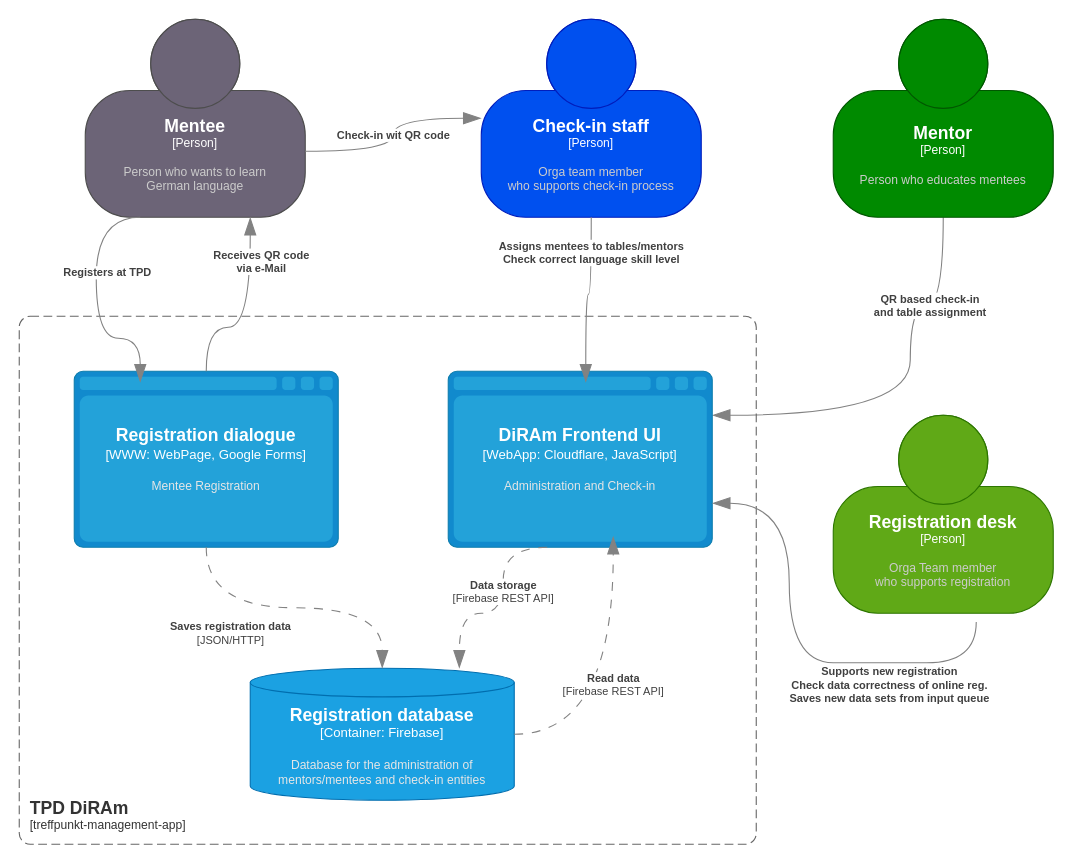
This is TPD-DiRAm/architecture/top-level.drawio from Rajazzo/TPD, a draw.io file, before an edit. Source tidied: cells renumbered, new cells numbered last; positions are measured from the earlier drawing's top-left corner, leaving out a move shared by most shapes. Both pictures are drawn from the tidied source at 110%, with x=0, y=0 at pixel (19, 19).
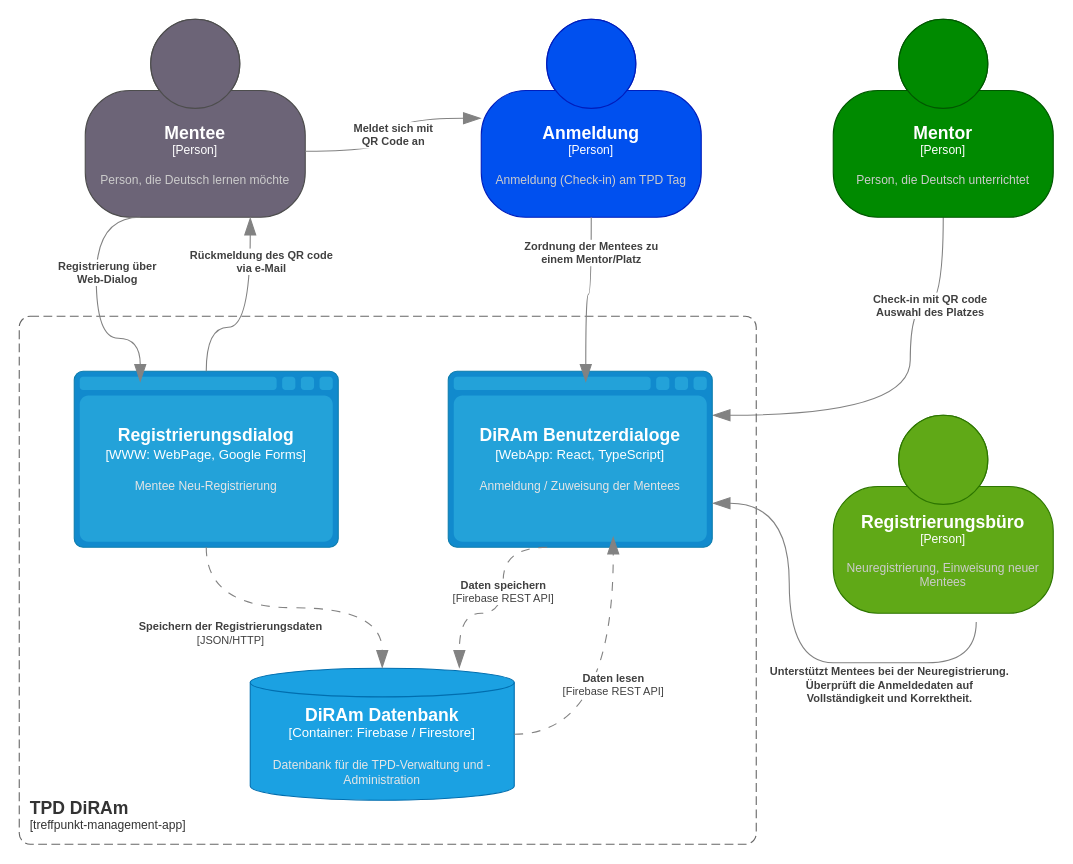
After the change.

What changed in the source:
```diff
@@
-    <object id="2" label="&lt;div style=&quot;text-align: left&quot;&gt;&lt;div style=&quot;text-align: center&quot;&gt;&lt;b&gt;%c4Description%&lt;/b&gt;&lt;/div&gt;" c4Description="QR based check-in &#10;and table assignment" placeholders="1">
+    <object id="2" label="&lt;div style=&quot;text-align: left&quot;&gt;&lt;div style=&quot;text-align: center&quot;&gt;&lt;b&gt;%c4Description%&lt;/b&gt;&lt;/div&gt;" c4Description="Check-in mit QR code&#10;Auswahl des Platzes" placeholders="1">
       <mxCell style="endArrow=blockThin;html=1;fontSize=10;fontColor=#404040;strokeWidth=1;endFill=1;strokeColor=#828282;elbow=vertical;endSize=14;startSize=14;jumpStyle=arc;jumpSize=16;rounded=0;edgeStyle=orthogonalEdgeStyle;curved=1;entryX=1;entryY=0.25;entryDx=0;entryDy=0;entryPerimeter=0;exitX=0.5;exitY=1;exitDx=0;exitDy=0;exitPerimeter=0;" parent="1" edge="1" source="4" target="8">
         <mxGeometry x="-0.53" relative="1" as="geometry">
           <Array as="points">
             <mxPoint x="810" y="260" />
             <mxPoint x="810" y="360" />
           </Array>
         </mxGeometry>
       </mxCell>
     </object>
@@
-    <object id="4" label="&lt;font style=&quot;font-size: 16px&quot;&gt;&lt;b&gt;%c4Name%&lt;/b&gt;&lt;/font&gt;&lt;div&gt;[%c4Type%]&lt;/div&gt;&lt;br&gt;&lt;div&gt;&lt;font style=&quot;font-size: 11px&quot;&gt;&lt;font color=&quot;#cccccc&quot;&gt;%c4Description%&lt;/font&gt;&lt;/div&gt;" c4Description="Person who educates mentees" c4Name="Mentor" c4Type="Person" placeholders="1">
+    <object id="4" label="&lt;font style=&quot;font-size: 16px&quot;&gt;&lt;b&gt;%c4Name%&lt;/b&gt;&lt;/font&gt;&lt;div&gt;[%c4Type%]&lt;/div&gt;&lt;br&gt;&lt;div&gt;&lt;font style=&quot;font-size: 11px&quot;&gt;&lt;font color=&quot;#cccccc&quot;&gt;%c4Description%&lt;/font&gt;&lt;/div&gt;" c4Description="Person, die Deutsch unterrichtet" c4Name="Mentor" c4Type="Person" placeholders="1">
       <mxCell style="html=1;fontSize=11;dashed=0;whiteSpace=wrap;fillColor=#008a00;strokeColor=#005700;fontColor=#ffffff;shape=mxgraph.c4.person2;align=center;points=[[0.5,0,0],[1,0.5,0],[1,0.75,0],[0.75,1,0],[0.5,1,0],[0.25,1,0],[0,0.75,0],[0,0.5,0]];" parent="1" vertex="1">
         <mxGeometry x="740" width="200" height="180" as="geometry" />
       </mxCell>
     </object>
-    <object id="5" label="&lt;font style=&quot;font-size: 16px&quot;&gt;&lt;b&gt;%c4Name%&lt;/b&gt;&lt;/font&gt;&lt;div&gt;[%c4Type%]&lt;/div&gt;&lt;br&gt;&lt;div&gt;&lt;font style=&quot;font-size: 11px&quot;&gt;&lt;font color=&quot;#cccccc&quot;&gt;%c4Description%&lt;/font&gt;&lt;/div&gt;" c4Description="Person who wants to learn &#10;German language" c4Name="Mentee" c4Type="Person" placeholders="1">
+    <object id="5" label="&lt;font style=&quot;font-size: 16px&quot;&gt;&lt;b&gt;%c4Name%&lt;/b&gt;&lt;/font&gt;&lt;div&gt;[%c4Type%]&lt;/div&gt;&lt;br&gt;&lt;div&gt;&lt;font style=&quot;font-size: 11px&quot;&gt;&lt;font color=&quot;#cccccc&quot;&gt;%c4Description%&lt;/font&gt;&lt;/div&gt;" c4Description="Person, die Deutsch lernen möchte" c4Name="Mentee" c4Type="Person" placeholders="1">
       <mxCell style="html=1;fontSize=11;dashed=0;whiteSpace=wrap;fillColor=#6C6477;strokeColor=#4D4D4D;fontColor=#ffffff;shape=mxgraph.c4.person2;align=center;points=[[0.5,0,0],[1,0.5,0],[1,0.75,0],[0.75,1,0],[0.5,1,0],[0.25,1,0],[0,0.75,0],[0,0.5,0]];" parent="1" vertex="1">
         <mxGeometry x="60" width="200" height="180" as="geometry" />
       </mxCell>
     </object>
-    <object id="6" label="&lt;font style=&quot;font-size: 16px&quot;&gt;&lt;b&gt;%c4Name%&lt;/b&gt;&lt;/font&gt;&lt;div&gt;[%c4Type%]&lt;/div&gt;&lt;br&gt;&lt;div&gt;&lt;font style=&quot;font-size: 11px&quot;&gt;&lt;font color=&quot;#cccccc&quot;&gt;%c4Description%&lt;/font&gt;&lt;/div&gt;" c4Description="Orga Team member &#10;who supports registration" c4Name="Registration desk" c4Type="Person" placeholders="1">
+    <object id="6" label="&lt;font style=&quot;font-size: 16px&quot;&gt;&lt;b&gt;%c4Name%&lt;/b&gt;&lt;/font&gt;&lt;div&gt;[%c4Type%]&lt;/div&gt;&lt;br&gt;&lt;div&gt;&lt;font style=&quot;font-size: 11px&quot;&gt;&lt;font color=&quot;#cccccc&quot;&gt;%c4Description%&lt;/font&gt;&lt;/div&gt;" c4Description="Neuregistrierung, Einweisung neuer Mentees" c4Name="Registrierungsbüro" c4Type="Person" placeholders="1">
       <mxCell style="html=1;fontSize=11;dashed=0;whiteSpace=wrap;fillColor=#60a917;strokeColor=#2D7600;fontColor=#ffffff;shape=mxgraph.c4.person2;align=center;" parent="1" vertex="1">
         <mxGeometry x="740" y="360" width="200" height="180" as="geometry" />
       </mxCell>
     </object>
-    <object id="7" label="&lt;font style=&quot;font-size: 16px&quot;&gt;&lt;b&gt;%c4Name%&lt;/b&gt;&lt;/font&gt;&lt;div&gt;[%c4Type%:&amp;nbsp;%c4Technology%]&lt;/div&gt;&lt;br&gt;&lt;div&gt;&lt;font style=&quot;font-size: 11px&quot;&gt;&lt;font color=&quot;#E6E6E6&quot;&gt;%c4Description%&lt;/font&gt;&lt;/div&gt;" c4Description="Database for the administration of mentors/mentees and check-in entities " c4Name="Registration database" c4Technology="Firebase" c4Type="Container" placeholders="1">
+    <object id="7" label="&lt;font style=&quot;font-size: 16px&quot;&gt;&lt;b&gt;%c4Name%&lt;/b&gt;&lt;/font&gt;&lt;div&gt;[%c4Type%:&amp;nbsp;%c4Technology%]&lt;/div&gt;&lt;br&gt;&lt;div&gt;&lt;font style=&quot;font-size: 11px&quot;&gt;&lt;font color=&quot;#E6E6E6&quot;&gt;%c4Description%&lt;/font&gt;&lt;/div&gt;" c4Description="Datenbank für die TPD-Verwaltung und -Administration" c4Name="DiRAm Datenbank" c4Technology="Firebase / Firestore" c4Type="Container" placeholders="1">
       <mxCell style="shape=cylinder3;size=12.999999999999886;whiteSpace=wrap;html=1;boundedLbl=1;rounded=0;labelBackgroundColor=none;fillColor=#1ba1e2;fontSize=12;align=center;strokeColor=#006EAF;points=[[0.5,0,0],[1,0.25,0],[1,0.5,0],[1,0.75,0],[0.5,1,0],[0,0.75,0],[0,0.5,0],[0,0.25,0]];direction=east;fontColor=#ffffff;" parent="1" vertex="1">
         <mxGeometry x="210" y="590" width="240" height="120" as="geometry" />
       </mxCell>
     </object>
-    <object id="8" label="&lt;font style=&quot;font-size: 16px&quot;&gt;&lt;b&gt;%c4Name%&lt;/b&gt;&lt;/font&gt;&lt;div&gt;[%c4Type%:&amp;nbsp;%c4Technology%]&lt;/div&gt;&lt;br&gt;&lt;div&gt;&lt;font style=&quot;font-size: 11px&quot;&gt;&lt;font color=&quot;#E6E6E6&quot;&gt;%c4Description%&lt;/font&gt;&lt;/div&gt;" c4Description="Administration and Check-in " c4Name="DiRAm Frontend UI" c4Technology="Cloudflare, JavaScript" c4Type="WebApp" placeholders="1">
+    <object id="8" label="&lt;font style=&quot;font-size: 16px&quot;&gt;&lt;b&gt;%c4Name%&lt;/b&gt;&lt;/font&gt;&lt;div&gt;[%c4Type%:&amp;nbsp;%c4Technology%]&lt;/div&gt;&lt;br&gt;&lt;div&gt;&lt;font style=&quot;font-size: 11px&quot;&gt;&lt;font color=&quot;#E6E6E6&quot;&gt;%c4Description%&lt;/font&gt;&lt;/div&gt;" c4Description="Anmeldung / Zuweisung der Mentees" c4Name="DiRAm Benutzerdialoge" c4Technology="React, TypeScript" c4Type="WebApp" placeholders="1">
       <mxCell style="shape=mxgraph.c4.webBrowserContainer2;whiteSpace=wrap;html=1;boundedLbl=1;rounded=0;labelBackgroundColor=none;strokeColor=#118ACD;fillColor=#23A2D9;strokeColor=#118ACD;strokeColor2=#0E7DAD;fontSize=12;fontColor=#ffffff;align=center;points=[[0.5,0,0],[1,0.25,0],[1,0.5,0],[1,0.75,0],[0.5,1,0],[0,0.75,0],[0,0.5,0],[0,0.25,0]];direction=east;" parent="1" vertex="1">
         <mxGeometry x="390" y="320" width="240" height="160" as="geometry" />
       </mxCell>
     </object>
-    <object id="9" label="&lt;font style=&quot;font-size: 16px&quot;&gt;&lt;b&gt;%c4Name%&lt;/b&gt;&lt;/font&gt;&lt;div&gt;[%c4Type%:&amp;nbsp;%c4Technology%]&lt;/div&gt;&lt;br&gt;&lt;div&gt;&lt;font style=&quot;font-size: 11px&quot;&gt;&lt;font color=&quot;#E6E6E6&quot;&gt;%c4Description%&lt;/font&gt;&lt;/div&gt;" c4Description="Mentee Registration" c4Name="Registration dialogue" c4Technology="WebPage, Google Forms" c4Type="WWW" placeholders="1">
+    <object id="9" label="&lt;font style=&quot;font-size: 16px&quot;&gt;&lt;b&gt;%c4Name%&lt;/b&gt;&lt;/font&gt;&lt;div&gt;[%c4Type%:&amp;nbsp;%c4Technology%]&lt;/div&gt;&lt;br&gt;&lt;div&gt;&lt;font style=&quot;font-size: 11px&quot;&gt;&lt;font color=&quot;#E6E6E6&quot;&gt;%c4Description%&lt;/font&gt;&lt;/div&gt;" c4Description="Mentee Neu-Registrierung" c4Name="Registrierungsdialog" c4Technology="WebPage, Google Forms" c4Type="WWW" placeholders="1">
       <mxCell style="shape=mxgraph.c4.webBrowserContainer2;whiteSpace=wrap;html=1;boundedLbl=1;rounded=0;labelBackgroundColor=none;strokeColor=#118ACD;fillColor=#23A2D9;strokeColor=#118ACD;strokeColor2=#0E7DAD;fontSize=12;fontColor=#ffffff;align=center;points=[[0.5,0,0],[1,0.25,0],[1,0.5,0],[1,0.75,0],[0.5,1,0],[0,0.75,0],[0,0.5,0],[0,0.25,0]];" parent="1" vertex="1">
         <mxGeometry x="50" y="320" width="240" height="160" as="geometry" />
       </mxCell>
     </object>
-    <object id="10" label="&lt;div style=&quot;text-align: left&quot;&gt;&lt;div style=&quot;text-align: center&quot;&gt;&lt;b&gt;%c4Description%&lt;/b&gt;&lt;/div&gt;&lt;div style=&quot;text-align: center&quot;&gt;[%c4Technology%]&lt;/div&gt;&lt;/div&gt;" c4Description="Saves registration data" c4Technology="JSON/HTTP" placeholders="1">
+    <object id="10" label="&lt;div style=&quot;text-align: left&quot;&gt;&lt;div style=&quot;text-align: center&quot;&gt;&lt;b&gt;%c4Description%&lt;/b&gt;&lt;/div&gt;&lt;div style=&quot;text-align: center&quot;&gt;[%c4Technology%]&lt;/div&gt;&lt;/div&gt;" c4Description="Speichern der Registrierungsdaten" c4Technology="JSON/HTTP" placeholders="1">
       <mxCell style="endArrow=blockThin;html=1;fontSize=10;fontColor=#404040;strokeWidth=1;endFill=1;strokeColor=#828282;elbow=vertical;endSize=14;startSize=14;jumpStyle=arc;jumpSize=16;rounded=0;edgeStyle=orthogonalEdgeStyle;curved=1;entryX=0.5;entryY=0;entryDx=0;entryDy=0;entryPerimeter=0;exitX=0.5;exitY=1;exitDx=0;exitDy=0;exitPerimeter=0;dashed=1;dashPattern=8 8;" parent="1" edge="1" source="9" target="7">
         <mxGeometry x="-0.43" y="-23" relative="1" as="geometry" />
       </mxCell>
     </object>
-    <object id="11" label="&lt;div style=&quot;text-align: left&quot;&gt;&lt;div style=&quot;text-align: center&quot;&gt;&lt;b&gt;%c4Description%&lt;/b&gt;&lt;/div&gt;" c4Description="Registers at TPD" placeholders="1">
+    <object id="11" label="&lt;div style=&quot;text-align: left&quot;&gt;&lt;div style=&quot;text-align: center&quot;&gt;&lt;b&gt;%c4Description%&lt;/b&gt;&lt;/div&gt;" c4Description="Registrierung über&#10;Web-Dialog" placeholders="1">
       <mxCell style="endArrow=blockThin;html=1;fontSize=10;fontColor=#404040;strokeWidth=1;endFill=1;strokeColor=#828282;elbow=vertical;endSize=14;startSize=14;jumpStyle=arc;jumpSize=16;rounded=0;edgeStyle=orthogonalEdgeStyle;curved=1;entryX=0.25;entryY=0.063;entryDx=0;entryDy=0;entryPerimeter=0;exitX=0.25;exitY=1;exitDx=0;exitDy=0;exitPerimeter=0;" parent="1" edge="1" source="5" target="9">
         <mxGeometry x="-0.22" y="10" relative="1" as="geometry">
           <Array as="points">
             <mxPoint x="70" y="180" />
             <mxPoint x="70" y="290" />
             <mxPoint x="110" y="290" />
           </Array>
         </mxGeometry>
       </mxCell>
     </object>
-    <object id="12" label="&lt;div style=&quot;text-align: left&quot;&gt;&lt;div style=&quot;text-align: center&quot;&gt;&lt;b&gt;%c4Description%&lt;/b&gt;&lt;/div&gt;&lt;div style=&quot;text-align: center&quot;&gt;[%c4Technology%]&lt;/div&gt;&lt;/div&gt;" c4Description="Data storage" c4Technology="Firebase REST API" placeholders="1">
+    <object id="12" label="&lt;div style=&quot;text-align: left&quot;&gt;&lt;div style=&quot;text-align: center&quot;&gt;&lt;b&gt;%c4Description%&lt;/b&gt;&lt;/div&gt;&lt;div style=&quot;text-align: center&quot;&gt;[%c4Technology%]&lt;/div&gt;&lt;/div&gt;" c4Description="Daten speichern" c4Technology="Firebase REST API" placeholders="1">
       <mxCell style="endArrow=blockThin;html=1;fontSize=10;fontColor=#404040;strokeWidth=1;endFill=1;strokeColor=#828282;elbow=vertical;endSize=14;startSize=14;jumpStyle=arc;jumpSize=16;rounded=0;edgeStyle=orthogonalEdgeStyle;curved=1;exitX=0.375;exitY=1;exitDx=0;exitDy=0;exitPerimeter=0;entryX=0.792;entryY=0;entryDx=0;entryDy=0;entryPerimeter=0;dashed=1;dashPattern=8 8;" parent="1" edge="1" source="8" target="7">
         <mxGeometry x="-0.16" relative="1" as="geometry">
           <Array as="points">
             <mxPoint x="440" y="480" />
             <mxPoint x="440" y="540" />
             <mxPoint x="400" y="540" />
           </Array>
         </mxGeometry>
       </mxCell>
     </object>
-    <object id="13" label="&lt;div style=&quot;text-align: left&quot;&gt;&lt;div style=&quot;text-align: center&quot;&gt;&lt;b&gt;%c4Description%&lt;/b&gt;&lt;/div&gt;" c4Description="Supports new registration&#10;Check data correctness of online reg.&#10;Saves new data sets from input queue" placeholders="1">
+    <object id="13" label="&lt;div style=&quot;text-align: left&quot;&gt;&lt;div style=&quot;text-align: center&quot;&gt;&lt;b&gt;%c4Description%&lt;/b&gt;&lt;/div&gt;" c4Description="Unterstützt Mentees bei der Neuregistrierung.&#10;Überprüft die Anmeldedaten auf &#10;Vollständigkeit und Korrektheit." placeholders="1">
       <mxCell style="endArrow=blockThin;html=1;fontSize=10;fontColor=#404040;strokeWidth=1;endFill=1;strokeColor=#828282;elbow=vertical;endSize=14;startSize=14;jumpStyle=arc;jumpSize=16;rounded=0;edgeStyle=orthogonalEdgeStyle;curved=1;exitX=0.5;exitY=1;exitDx=0;exitDy=0;exitPerimeter=0;entryX=1;entryY=0.75;entryDx=0;entryDy=0;entryPerimeter=0;" parent="1" edge="1" target="8">
         <mxGeometry x="-0.45" y="20" relative="1" as="geometry">
           <mxPoint x="870" y="547.9" as="sourcePoint" />
           <Array as="points">
             <mxPoint x="870" y="585" />
             <mxPoint x="780" y="585" />
             <mxPoint x="780" y="585" />
             <mxPoint x="700" y="585" />
             <mxPoint x="700" y="440" />
           </Array>
         </mxGeometry>
       </mxCell>
     </object>
-    <object id="14" label="&lt;font style=&quot;font-size: 16px&quot;&gt;&lt;b&gt;%c4Name%&lt;/b&gt;&lt;/font&gt;&lt;div&gt;[%c4Type%]&lt;/div&gt;&lt;br&gt;&lt;div&gt;&lt;font style=&quot;font-size: 11px&quot;&gt;&lt;font color=&quot;#cccccc&quot;&gt;%c4Description%&lt;/font&gt;&lt;/div&gt;" c4Description="Orga team member &#10;who supports check-in process" c4Name="Check-in staff" c4Type="Person" placeholders="1">
+    <object id="14" label="&lt;font style=&quot;font-size: 16px&quot;&gt;&lt;b&gt;%c4Name%&lt;/b&gt;&lt;/font&gt;&lt;div&gt;[%c4Type%]&lt;/div&gt;&lt;br&gt;&lt;div&gt;&lt;font style=&quot;font-size: 11px&quot;&gt;&lt;font color=&quot;#cccccc&quot;&gt;%c4Description%&lt;/font&gt;&lt;/div&gt;" c4Description="Anmeldung (Check-in) am TPD Tag" c4Name="Anmeldung" c4Type="Person" placeholders="1">
       <mxCell style="html=1;fontSize=11;dashed=0;whiteSpace=wrap;shape=mxgraph.c4.person2;align=center;points=[[0.5,0,0],[1,0.5,0],[1,0.75,0],[0.75,1,0],[0.5,1,0],[0.25,1,0],[0,0.75,0],[0,0.5,0]];fillColor=#0050ef;strokeColor=#001DBC;fontColor=#ffffff;" parent="1" vertex="1">
         <mxGeometry x="420" width="200" height="180" as="geometry" />
       </mxCell>
     </object>
-    <object id="15" label="&lt;div style=&quot;text-align: left&quot;&gt;&lt;div style=&quot;text-align: center&quot;&gt;&lt;b&gt;%c4Description%&lt;/b&gt;&lt;/div&gt;" c4Description="Assigns mentees to tables/mentors&#10;Check correct language skill level" placeholders="1">
+    <object id="15" label="&lt;div style=&quot;text-align: left&quot;&gt;&lt;div style=&quot;text-align: center&quot;&gt;&lt;b&gt;%c4Description%&lt;/b&gt;&lt;/div&gt;" c4Description="Zordnung der Mentees zu &#10;einem Mentor/Platz" placeholders="1">
       <mxCell style="endArrow=blockThin;html=1;fontSize=10;fontColor=#404040;strokeWidth=1;endFill=1;strokeColor=#828282;elbow=vertical;endSize=14;startSize=14;jumpStyle=arc;jumpSize=16;rounded=0;edgeStyle=orthogonalEdgeStyle;curved=1;exitX=0.5;exitY=1;exitDx=0;exitDy=0;exitPerimeter=0;entryX=0.521;entryY=0.063;entryDx=0;entryDy=0;entryPerimeter=0;" parent="1" edge="1" source="14" target="8">
         <mxGeometry x="-0.59" relative="1" as="geometry" />
       </mxCell>
     </object>
-    <object id="16" label="&lt;div style=&quot;text-align: left&quot;&gt;&lt;div style=&quot;text-align: center&quot;&gt;&lt;b&gt;%c4Description%&lt;/b&gt;&lt;/div&gt;" c4Description="Check-in wit QR code" placeholders="1">
+    <object id="16" label="&lt;div style=&quot;text-align: left&quot;&gt;&lt;div style=&quot;text-align: center&quot;&gt;&lt;b&gt;%c4Description%&lt;/b&gt;&lt;/div&gt;" c4Description="Meldet sich mit &#10;QR Code an" placeholders="1">
       <mxCell style="endArrow=blockThin;html=1;fontSize=10;fontColor=#404040;strokeWidth=1;endFill=1;strokeColor=#828282;elbow=vertical;endSize=14;startSize=14;jumpStyle=arc;jumpSize=16;rounded=0;edgeStyle=orthogonalEdgeStyle;curved=1;exitX=1;exitY=0.667;exitDx=0;exitDy=0;exitPerimeter=0;" parent="1" edge="1" source="5" target="14">
         <mxGeometry relative="1" as="geometry" />
       </mxCell>
     </object>
-    <object id="17" label="&lt;div style=&quot;text-align: left&quot;&gt;&lt;div style=&quot;text-align: center&quot;&gt;&lt;b&gt;%c4Description%&lt;/b&gt;&lt;/div&gt;" c4Description="Receives QR code&#10;via e-Mail" placeholders="1">
+    <object id="17" label="&lt;div style=&quot;text-align: left&quot;&gt;&lt;div style=&quot;text-align: center&quot;&gt;&lt;b&gt;%c4Description%&lt;/b&gt;&lt;/div&gt;" c4Description="Rückmeldung des QR code&#10;via e-Mail" placeholders="1">
       <mxCell style="endArrow=blockThin;html=1;fontSize=10;fontColor=#404040;strokeWidth=1;endFill=1;strokeColor=#828282;elbow=vertical;endSize=14;startSize=14;jumpStyle=arc;jumpSize=16;rounded=0;edgeStyle=orthogonalEdgeStyle;curved=1;exitX=0.5;exitY=0;exitDx=0;exitDy=0;exitPerimeter=0;" parent="1" edge="1" source="9">
         <mxGeometry x="0.56" y="-10" relative="1" as="geometry">
           <mxPoint x="210" y="180" as="targetPoint" />
           <Array as="points">
             <mxPoint x="170" y="280" />
             <mxPoint x="210" y="280" />
           </Array>
         </mxGeometry>
       </mxCell>
     </object>
-    <object id="18" label="&lt;div style=&quot;text-align: left&quot;&gt;&lt;div style=&quot;text-align: center&quot;&gt;&lt;b&gt;%c4Description%&lt;/b&gt;&lt;/div&gt;&lt;div style=&quot;text-align: center&quot;&gt;[%c4Technology%]&lt;/div&gt;&lt;/div&gt;" c4Description="Read data " c4Technology="Firebase REST API" placeholders="1">
+    <object id="18" label="&lt;div style=&quot;text-align: left&quot;&gt;&lt;div style=&quot;text-align: center&quot;&gt;&lt;b&gt;%c4Description%&lt;/b&gt;&lt;/div&gt;&lt;div style=&quot;text-align: center&quot;&gt;[%c4Technology%]&lt;/div&gt;&lt;/div&gt;" c4Description="Daten lesen" c4Technology="Firebase REST API" placeholders="1">
       <mxCell style="endArrow=blockThin;html=1;fontSize=10;fontColor=#404040;strokeWidth=1;endFill=1;strokeColor=#828282;elbow=vertical;endSize=14;startSize=14;jumpStyle=arc;jumpSize=16;rounded=0;edgeStyle=orthogonalEdgeStyle;curved=1;exitX=1;exitY=0.5;exitDx=0;exitDy=0;exitPerimeter=0;entryX=0.625;entryY=0.938;entryDx=0;entryDy=0;entryPerimeter=0;dashed=1;dashPattern=8 8;" parent="1" edge="1" source="7" target="8">
         <mxGeometry relative="1" as="geometry" />
       </mxCell>
     </object>
```
